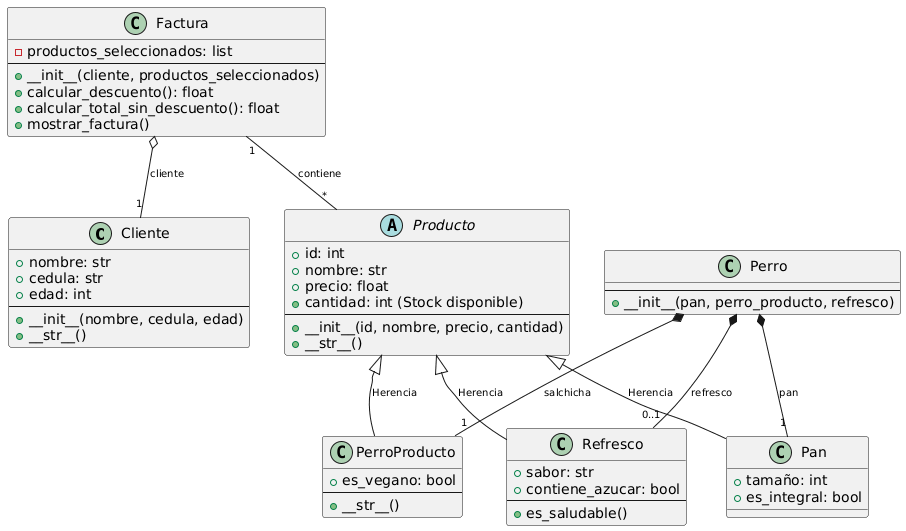
The PlantUML diagram DIAGRAMA DE CLASES.png in JP-1907/PROYECTO_ALGORITMOS, before a commit.
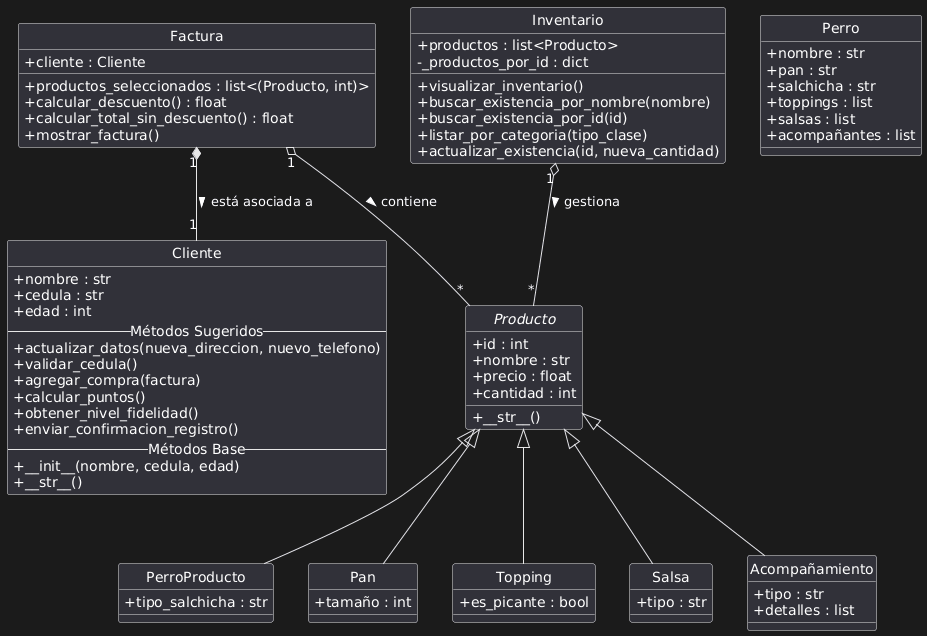
Later version of the same file.

What changed in the source:
```diff
@@ -1,68 +1,89 @@
 @startuml
-skinparam classAttributeIconVisible false
-skinparam classArrowFontSize 10
-skinparam classArrowFontName "Arial"
-
-class Cliente {
-    + nombre: str
-    + cedula: str
-    + edad: int
-    --
-    + __init__(nombre, cedula, edad)
-    + __str__()
-}
+skinparam classAttributeIconSize 0
+hide circle
 
 abstract class Producto {
-    + id: int
-    + nombre: str
-    + precio: float
-    + cantidad: int (Stock disponible)
-    --
-    + __init__(id, nombre, precio, cantidad)
-    + __str__()
+  + id : int
+  + nombre : str
+  + precio : float
+  + cantidad : int
+  + __str__()
 }
 
 class PerroProducto {
-    + es_vegano: bool
-    --
-    + __str__()
+  + tipo_salchicha : str
 }
-Producto <|-- PerroProducto : Herencia
 
 class Pan {
-    + tamaño: int
-    + es_integral: bool
+  + tamaño : int
 }
-Producto <|-- Pan : Herencia
 
-class Refresco {
-    + sabor: str
-    + contiene_azucar: bool
-    --
-    + es_saludable()
+class Topping {
+  + es_picante : bool
 }
-Producto <|-- Refresco : Herencia
+
+class Salsa {
+  + tipo : str
+}
+
+class Acompañamiento {
+  + tipo : str
+  + detalles : list
+}
+
+Producto <|-- PerroProducto
+Producto <|-- Pan
+Producto <|-- Topping
+Producto <|-- Salsa
+Producto <|-- Acompañamiento
+
+class Cliente {
+  + nombre : str
+  + cedula : str
+  + edad : int
+  -- Métodos Sugeridos --
+  + actualizar_datos(nueva_direccion, nuevo_telefono)
+  + validar_cedula()
+  + agregar_compra(factura)
+  + calcular_puntos()
+  + obtener_nivel_fidelidad()
+  + enviar_confirmacion_registro()
+  -- Métodos Base --
+  + __init__(nombre, cedula, edad)
+  + __str__()
+}
 
 class Perro {
-    --
-    + __init__(pan, perro_producto, refresco)
+  + nombre : str
+  + pan : str
+  + salchicha : str
+  + toppings : list
+  + salsas : list
+  + acompañantes : list
 }
 
 class Factura {
-    - productos_seleccionados: list
-    --
-    + __init__(cliente, productos_seleccionados)
-    + calcular_descuento(): float
-    + calcular_total_sin_descuento(): float
-    + mostrar_factura()
+  + cliente : Cliente
+  + productos_seleccionados : list<(Producto, int)>
+  + calcular_descuento() : float
+  + calcular_total_sin_descuento() : float
+  + mostrar_factura()
+}
+
+class Inventario {
+  + productos : list<Producto>
+  - _productos_por_id : dict
+  + visualizar_inventario()
+  + buscar_existencia_por_nombre(nombre)
+  + buscar_existencia_por_id(id)
+  + listar_por_categoria(tipo_clase)
+  + actualizar_existencia(id, nueva_cantidad)
 }
 
 
-Factura o-- "1" Cliente : cliente
+Factura "1" *-- "1" Cliente : está asociada a >
 
-Factura "1" -- "*" Producto : contiene
+Factura "1" o-- "*" Producto : contiene >
 
-Perro *-- "1" Pan : pan
-Perro *-- "1" PerroProducto : salchicha
-Perro *-- "0..1" Refresco : refresco
+Inventario "1" o-- "*" Producto : gestiona >
 @enduml
```
